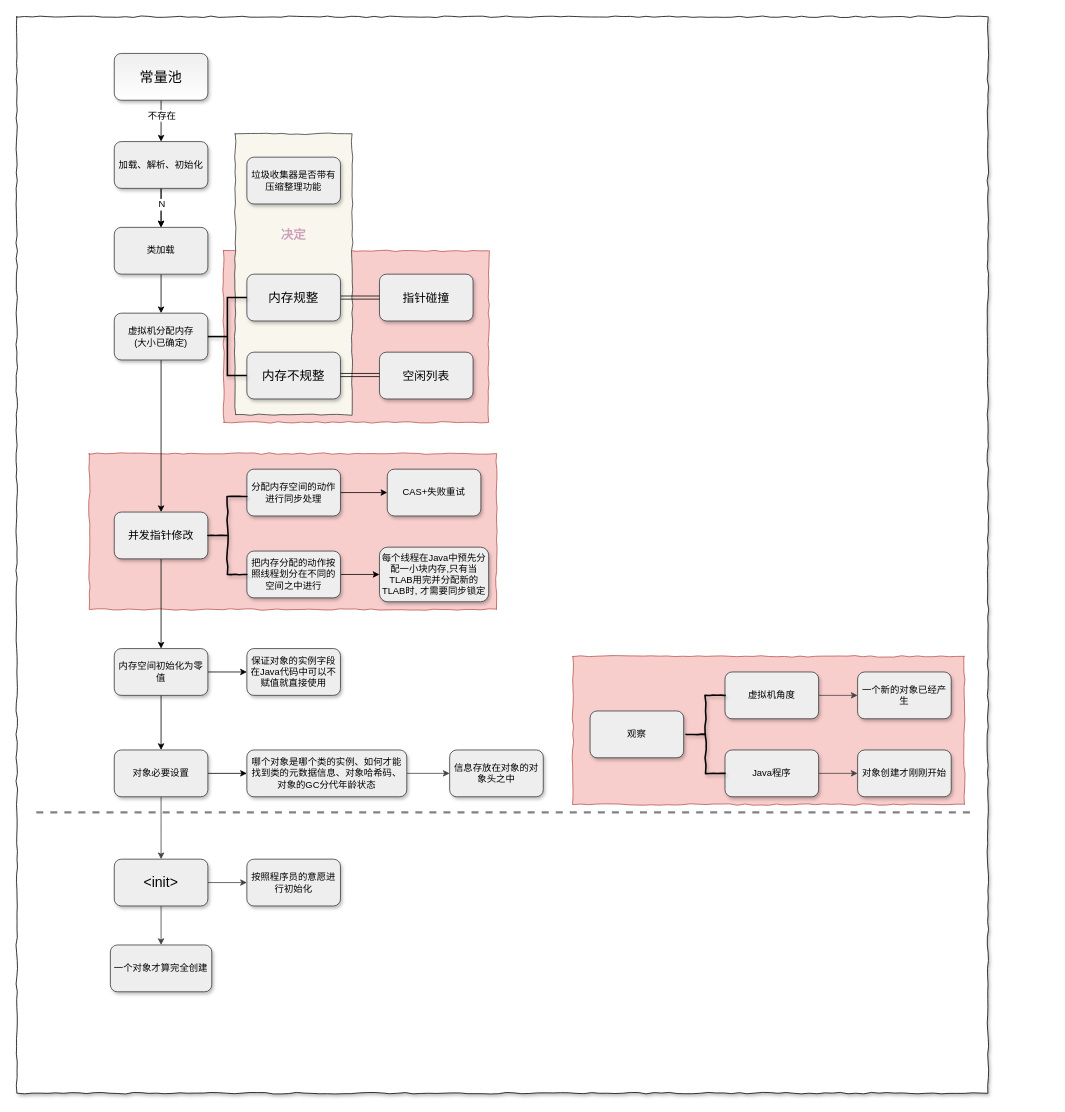
The draw.io diagram HotSpot对象创建.drawio in Clarencezero/poi, before the edit. Source tidied: cells renumbered, new cells numbered last; positions are measured from the earlier drawing's top-left corner, leaving out a move shared by most shapes. Both pictures are drawn from the tidied source at 78%, with x=0, y=0 at pixel (16, 16).
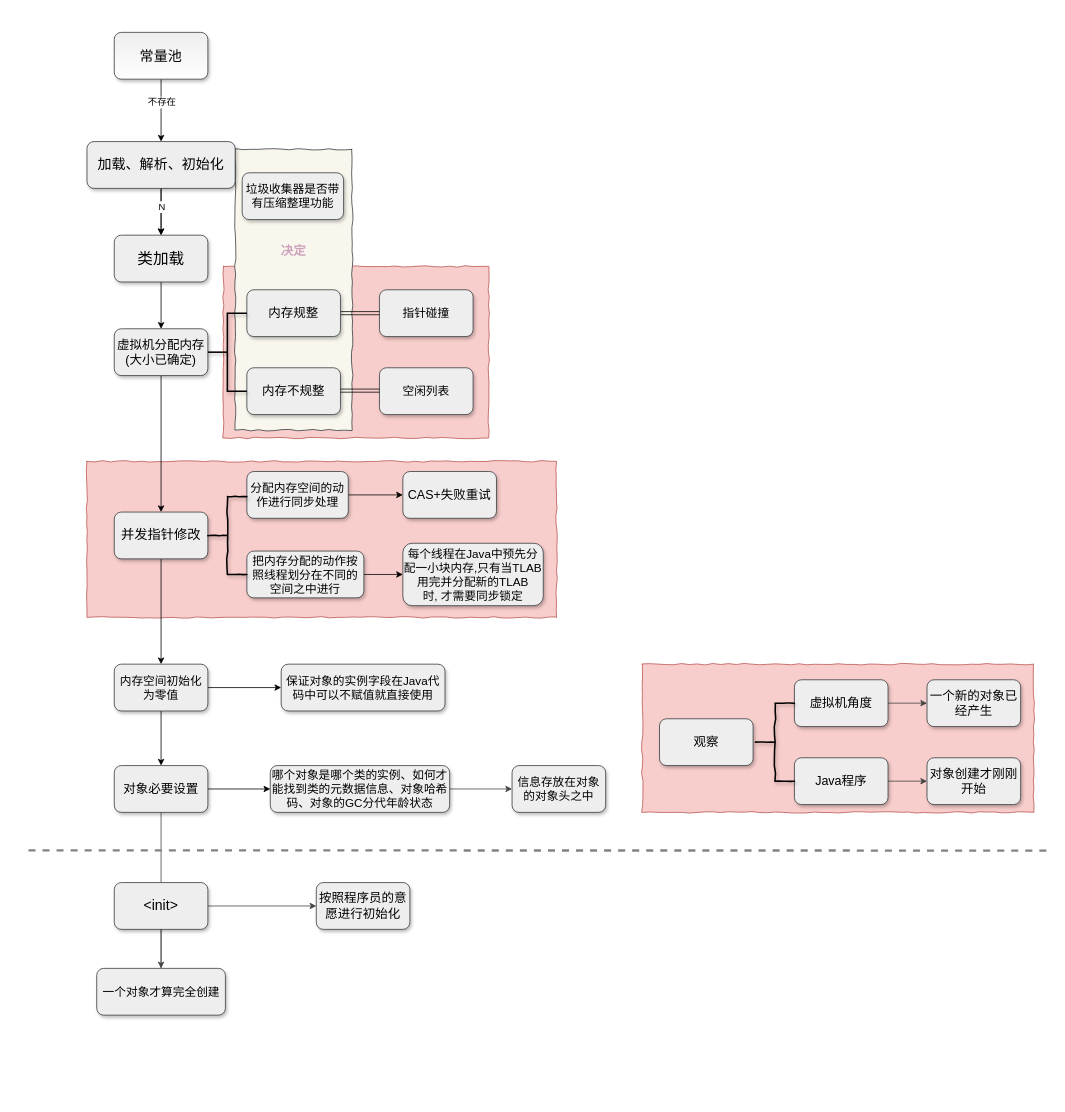
The same diagram, later.

What changed in the source:
```diff
@@
-    <mxCell id="2" style="rounded=0;whiteSpace=wrap;html=1;shadow=1;glass=0;comic=1;fontSize=16;" parent="1" vertex="1">
-      <mxGeometry width="1245" height="1380" as="geometry" />
-    </mxCell>
     <mxCell id="3" style="rounded=0;whiteSpace=wrap;html=1;shadow=0;glass=0;comic=1;fontSize=16;fillColor=#f8cecc;strokeColor=#b85450;" parent="1" vertex="1">
-      <mxGeometry x="93" y="560" width="522" height="200" as="geometry" />
+      <mxGeometry x="90" y="570" width="602" height="200" as="geometry" />
     </mxCell>
     <mxCell id="4" style="rounded=0;whiteSpace=wrap;html=1;shadow=0;glass=0;comic=1;fontSize=16;fillColor=#f8cecc;strokeColor=#b85450;" parent="1" vertex="1">
-      <mxGeometry x="713" y="820" width="502" height="190" as="geometry" />
+      <mxGeometry x="802" y="830" width="502" height="190" as="geometry" />
     </mxCell>
     <mxCell id="5" style="rounded=0;whiteSpace=wrap;html=1;shadow=0;glass=0;comic=1;fontSize=16;fillColor=#f8cecc;strokeColor=#b85450;" parent="1" vertex="1">
-      <mxGeometry x="265" y="300" width="340" height="220" as="geometry" />
+      <mxGeometry x="265" y="320" width="340" height="220" as="geometry" />
     </mxCell>
     <mxCell id="6" style="rounded=0;whiteSpace=wrap;html=1;shadow=0;glass=0;comic=1;fontSize=16;fillColor=#f9f7ed;strokeColor=#36393d;" parent="1" vertex="1">
-      <mxGeometry x="280" y="150" width="150" height="360" as="geometry" />
+      <mxGeometry x="280" y="170" width="150" height="360" as="geometry" />
     </mxCell>
@@
     <mxCell id="9" value="&lt;font face=&quot;Verdana&quot; style=&quot;font-size: 18px&quot;&gt;常量池&lt;/font&gt;" style="rounded=1;whiteSpace=wrap;html=1;shadow=1;fillColor=#eeeeee;strokeColor=#36393d;fontFamily=f;comic=0;glass=0;gradientColor=#ffffff;" parent="1" vertex="1">
-      <mxGeometry x="125" y="47" width="120" height="60" as="geometry" />
+      <mxGeometry x="125" y="20" width="120" height="60" as="geometry" />
     </mxCell>
@@
-    <mxCell id="11" value="类加载" style="rounded=1;whiteSpace=wrap;html=1;shadow=1;fillColor=#eeeeee;strokeColor=#36393d;" parent="1" vertex="1">
-      <mxGeometry x="125" y="270" width="120" height="60" as="geometry" />
+    <mxCell id="11" value="&lt;font style=&quot;font-size: 20px&quot;&gt;类加载&lt;/font&gt;" style="rounded=1;whiteSpace=wrap;html=1;shadow=1;fillColor=#eeeeee;strokeColor=#36393d;" parent="1" vertex="1">
+      <mxGeometry x="125" y="280" width="120" height="60" as="geometry" />
     </mxCell>
@@
-    <mxCell id="15" value="加载、解析、初始化" style="rounded=1;whiteSpace=wrap;html=1;shadow=1;fillColor=#eeeeee;strokeColor=#36393d;" parent="1" vertex="1">
-      <mxGeometry x="125" y="160" width="120" height="60" as="geometry" />
+    <mxCell id="15" value="&lt;h2&gt;&lt;span style=&quot;font-weight: normal&quot;&gt;加载、解析、初始化&lt;/span&gt;&lt;/h2&gt;" style="rounded=1;whiteSpace=wrap;html=1;shadow=1;fillColor=#eeeeee;strokeColor=#36393d;" parent="1" vertex="1">
+      <mxGeometry x="90" y="160" width="190" height="60" as="geometry" />
     </mxCell>
@@
-    <mxCell id="17" value="虚拟机分配内存&lt;br&gt;(大小已确定)" style="rounded=1;whiteSpace=wrap;html=1;shadow=1;fillColor=#eeeeee;strokeColor=#36393d;" parent="1" vertex="1">
-      <mxGeometry x="125" y="380" width="120" height="60" as="geometry" />
+    <mxCell id="17" value="&lt;font style=&quot;font-size: 16px&quot;&gt;虚拟机分配内存&lt;br&gt;(大小已确定)&lt;/font&gt;" style="rounded=1;whiteSpace=wrap;html=1;shadow=1;fillColor=#eeeeee;strokeColor=#36393d;" parent="1" vertex="1">
+      <mxGeometry x="125" y="400" width="120" height="60" as="geometry" />
     </mxCell>
     <mxCell id="18" value="&lt;font style=&quot;font-size: 15px&quot;&gt;指针碰撞&lt;/font&gt;" style="rounded=1;whiteSpace=wrap;html=1;shadow=1;fillColor=#eeeeee;strokeColor=#36393d;" parent="1" vertex="1">
-      <mxGeometry x="465" y="330" width="120" height="60" as="geometry" />
+      <mxGeometry x="465" y="350" width="120" height="60" as="geometry" />
     </mxCell>
@@
     <mxCell id="20" value="内存规整" style="rounded=1;whiteSpace=wrap;html=1;shadow=1;fillColor=#eeeeee;strokeColor=#36393d;fontSize=16;" parent="1" vertex="1">
-      <mxGeometry x="295" y="330" width="120" height="60" as="geometry" />
+      <mxGeometry x="295" y="350" width="120" height="60" as="geometry" />
     </mxCell>
     <mxCell id="21" value="&lt;font style=&quot;font-size: 15px&quot;&gt;空闲列表&lt;/font&gt;" style="rounded=1;whiteSpace=wrap;html=1;shadow=1;fillColor=#eeeeee;strokeColor=#36393d;" parent="1" vertex="1">
-      <mxGeometry x="465" y="430" width="120" height="60" as="geometry" />
+      <mxGeometry x="465" y="450" width="120" height="60" as="geometry" />
     </mxCell>
     <mxCell id="22" value="内存不规整" style="rounded=1;whiteSpace=wrap;html=1;shadow=1;fillColor=#eeeeee;strokeColor=#36393d;fontSize=16;" parent="1" vertex="1">
-      <mxGeometry x="295" y="430" width="120" height="60" as="geometry" />
+      <mxGeometry x="295" y="450" width="120" height="60" as="geometry" />
     </mxCell>
-    <mxCell id="23" value="垃圾收集器是否带有压缩整理功能" style="rounded=1;whiteSpace=wrap;html=1;shadow=1;fillColor=#eeeeee;strokeColor=#36393d;" parent="1" vertex="1">
-      <mxGeometry x="295" y="180" width="120" height="60" as="geometry" />
+    <mxCell id="23" value="&lt;font style=&quot;font-size: 15px&quot;&gt;垃圾收集器是否带有压缩整理功能&lt;/font&gt;" style="rounded=1;whiteSpace=wrap;html=1;shadow=1;fillColor=#eeeeee;strokeColor=#36393d;" parent="1" vertex="1">
+      <mxGeometry x="289" y="200" width="130" height="60" as="geometry" />
     </mxCell>
@@
-    <mxCell id="25" value="&lt;font style=&quot;font-size: 14px&quot;&gt;并发指针修改&lt;/font&gt;" style="rounded=1;whiteSpace=wrap;html=1;shadow=1;fillColor=#eeeeee;strokeColor=#36393d;" parent="1" vertex="1">
+    <mxCell id="25" value="&lt;font style=&quot;font-size: 17px&quot;&gt;并发指针修改&lt;/font&gt;" style="rounded=1;whiteSpace=wrap;html=1;shadow=1;fillColor=#eeeeee;strokeColor=#36393d;" parent="1" vertex="1">
       <mxGeometry x="125" y="635" width="120" height="60" as="geometry" />
     </mxCell>
@@
-    <mxCell id="27" value="分配内存空间的动作进行同步处理" style="rounded=1;whiteSpace=wrap;html=1;shadow=1;fillColor=#eeeeee;strokeColor=#36393d;" parent="1" vertex="1">
-      <mxGeometry x="295" y="580" width="120" height="60" as="geometry" />
+    <mxCell id="27" value="&lt;font style=&quot;font-size: 15px&quot;&gt;分配内存空间的动作进行同步处理&lt;/font&gt;" style="rounded=1;whiteSpace=wrap;html=1;shadow=1;fillColor=#eeeeee;strokeColor=#36393d;" parent="1" vertex="1">
+      <mxGeometry x="295" y="583" width="130" height="60" as="geometry" />
     </mxCell>
-    <mxCell id="28" value="CAS+失败重试" style="rounded=1;whiteSpace=wrap;html=1;shadow=1;fillColor=#eeeeee;strokeColor=#36393d;" parent="1" vertex="1">
-      <mxGeometry x="475" y="580" width="120" height="60" as="geometry" />
+    <mxCell id="28" value="&lt;font style=&quot;font-size: 16px&quot;&gt;CAS+失败重试&lt;/font&gt;" style="rounded=1;whiteSpace=wrap;html=1;shadow=1;fillColor=#eeeeee;strokeColor=#36393d;" parent="1" vertex="1">
+      <mxGeometry x="495" y="583" width="120" height="60" as="geometry" />
     </mxCell>
@@
-    <mxCell id="30" value="把内存分配的动作按照线程划分在不同的空间之中进行" style="rounded=1;whiteSpace=wrap;html=1;shadow=1;fillColor=#eeeeee;strokeColor=#36393d;" parent="1" vertex="1">
-      <mxGeometry x="295" y="685" width="120" height="60" as="geometry" />
+    <mxCell id="30" value="&lt;font style=&quot;font-size: 15px&quot;&gt;把内存分配的动作按照线程划分在不同的空间之中进行&lt;/font&gt;" style="rounded=1;whiteSpace=wrap;html=1;shadow=1;fillColor=#eeeeee;strokeColor=#36393d;" parent="1" vertex="1">
+      <mxGeometry x="295" y="685" width="150" height="60" as="geometry" />
     </mxCell>
-    <mxCell id="31" value="每个线程在Java中预先分配一小块内存,只有当TLAB用完并分配新的TLAB时,&amp;nbsp;才需要同步锁定" style="rounded=1;whiteSpace=wrap;html=1;shadow=1;fillColor=#eeeeee;strokeColor=#36393d;" parent="1" vertex="1">
-      <mxGeometry x="465" y="680" width="140" height="70" as="geometry" />
+    <mxCell id="31" value="&lt;font style=&quot;font-size: 15px&quot;&gt;每个线程在Java中预先分配一小块内存,只有当TLAB用完并分配新的TLAB时,&amp;nbsp;才需要同步锁定&lt;/font&gt;" style="rounded=1;whiteSpace=wrap;html=1;shadow=1;fillColor=#eeeeee;strokeColor=#36393d;" parent="1" vertex="1">
+      <mxGeometry x="495" y="675" width="180" height="80" as="geometry" />
     </mxCell>
@@
-    <mxCell id="34" value="内存空间初始化为零值" style="rounded=1;whiteSpace=wrap;html=1;shadow=1;fillColor=#eeeeee;strokeColor=#36393d;" parent="1" vertex="1">
-      <mxGeometry x="125" y="810" width="120" height="60" as="geometry" />
+    <mxCell id="34" value="&lt;font style=&quot;font-size: 15px&quot;&gt;内存空间初始化为零值&lt;/font&gt;" style="rounded=1;whiteSpace=wrap;html=1;shadow=1;fillColor=#eeeeee;strokeColor=#36393d;" parent="1" vertex="1">
+      <mxGeometry x="125" y="830" width="120" height="60" as="geometry" />
     </mxCell>
-    <mxCell id="35" value="保证对象的实例字段在Java代码中可以不赋值就直接使用" style="rounded=1;whiteSpace=wrap;html=1;shadow=1;fillColor=#eeeeee;strokeColor=#36393d;" parent="1" vertex="1">
-      <mxGeometry x="295" y="810" width="120" height="60" as="geometry" />
+    <mxCell id="35" value="&lt;font style=&quot;font-size: 15px&quot;&gt;保证对象的实例字段在Java代码中可以不赋值就直接使用&lt;/font&gt;" style="rounded=1;whiteSpace=wrap;html=1;shadow=1;fillColor=#eeeeee;strokeColor=#36393d;" parent="1" vertex="1">
+      <mxGeometry x="339" y="830" width="210" height="60" as="geometry" />
     </mxCell>
@@
     <mxCell id="37" style="edgeStyle=orthogonalEdgeStyle;rounded=1;comic=0;jumpSize=14;jettySize=auto;html=1;shadow=0;strokeColor=#424242;strokeWidth=1;fontSize=16;" parent="1" edge="1" source="38">
       <mxGeometry relative="1" as="geometry">
-        <mxPoint x="185" y="1080" as="targetPoint" />
+        <mxPoint x="185" y="1240" as="targetPoint" />
       </mxGeometry>
     </mxCell>
-    <mxCell id="38" value="对象必要设置" style="rounded=1;whiteSpace=wrap;html=1;shadow=1;fillColor=#eeeeee;strokeColor=#36393d;" parent="1" vertex="1">
-      <mxGeometry x="125" y="940" width="120" height="60" as="geometry" />
+    <mxCell id="38" value="&lt;font style=&quot;font-size: 16px&quot;&gt;对象必要设置&lt;/font&gt;" style="rounded=1;whiteSpace=wrap;html=1;shadow=1;fillColor=#eeeeee;strokeColor=#36393d;" parent="1" vertex="1">
+      <mxGeometry x="125" y="960" width="120" height="60" as="geometry" />
     </mxCell>
@@
-    <mxCell id="40" value="哪个对象是哪个类的实例、如何才能找到类的元数据信息、对象哈希码、对象的GC分代年龄状态" style="rounded=1;whiteSpace=wrap;html=1;shadow=1;fillColor=#eeeeee;strokeColor=#36393d;" parent="1" vertex="1">
-      <mxGeometry x="295" y="940" width="205" height="60" as="geometry" />
+    <mxCell id="40" value="&lt;font style=&quot;font-size: 15px&quot;&gt;哪个对象是哪个类的实例、如何才能找到类的元数据信息、对象哈希码、对象的GC分代年龄状态&lt;/font&gt;" style="rounded=1;whiteSpace=wrap;html=1;shadow=1;fillColor=#eeeeee;strokeColor=#36393d;" parent="1" vertex="1">
+      <mxGeometry x="325" y="960" width="230" height="60" as="geometry" />
     </mxCell>
-    <mxCell id="41" value="信息存放在对象的对象头之中" style="rounded=1;whiteSpace=wrap;html=1;shadow=1;fillColor=#eeeeee;strokeColor=#36393d;" parent="1" vertex="1">
-      <mxGeometry x="555" y="940" width="120" height="60" as="geometry" />
+    <mxCell id="41" value="&lt;font style=&quot;font-size: 15px&quot;&gt;信息存放在对象的对象头之中&lt;/font&gt;" style="rounded=1;whiteSpace=wrap;html=1;shadow=1;fillColor=#eeeeee;strokeColor=#36393d;" parent="1" vertex="1">
+      <mxGeometry x="635" y="960" width="120" height="60" as="geometry" />
     </mxCell>
-    <mxCell id="42" value="观察" style="rounded=1;whiteSpace=wrap;html=1;shadow=1;fillColor=#eeeeee;strokeColor=#36393d;" parent="1" vertex="1">
-      <mxGeometry x="735" y="890" width="120" height="60" as="geometry" />
+    <mxCell id="42" value="&lt;font style=&quot;font-size: 16px&quot;&gt;观察&lt;/font&gt;" style="rounded=1;whiteSpace=wrap;html=1;shadow=1;fillColor=#eeeeee;strokeColor=#36393d;" parent="1" vertex="1">
+      <mxGeometry x="824" y="900" width="120" height="60" as="geometry" />
     </mxCell>
@@
-    <mxCell id="44" value="虚拟机角度" style="rounded=1;whiteSpace=wrap;html=1;shadow=1;fillColor=#eeeeee;strokeColor=#36393d;" parent="1" vertex="1">
-      <mxGeometry x="908" y="840" width="120" height="60" as="geometry" />
+    <mxCell id="44" value="&lt;font style=&quot;font-size: 16px&quot;&gt;虚拟机角度&lt;/font&gt;" style="rounded=1;whiteSpace=wrap;html=1;shadow=1;fillColor=#eeeeee;strokeColor=#36393d;" parent="1" vertex="1">
+      <mxGeometry x="997" y="850" width="120" height="60" as="geometry" />
     </mxCell>
@@
-    <mxCell id="46" value="Java程序" style="rounded=1;whiteSpace=wrap;html=1;shadow=1;fillColor=#eeeeee;strokeColor=#36393d;" parent="1" vertex="1">
-      <mxGeometry x="908" y="940" width="120" height="60" as="geometry" />
+    <mxCell id="46" value="&lt;font style=&quot;font-size: 16px&quot;&gt;Java程序&lt;/font&gt;" style="rounded=1;whiteSpace=wrap;html=1;shadow=1;fillColor=#eeeeee;strokeColor=#36393d;" parent="1" vertex="1">
+      <mxGeometry x="997" y="950" width="120" height="60" as="geometry" />
     </mxCell>
-    <mxCell id="47" value="一个新的对象已经产生" style="rounded=1;whiteSpace=wrap;html=1;shadow=1;fillColor=#eeeeee;strokeColor=#36393d;" parent="1" vertex="1">
-      <mxGeometry x="1078" y="840" width="120" height="60" as="geometry" />
+    <mxCell id="47" value="&lt;font style=&quot;font-size: 16px&quot;&gt;一个新的对象已经产生&lt;/font&gt;" style="rounded=1;whiteSpace=wrap;html=1;shadow=1;fillColor=#eeeeee;strokeColor=#36393d;" parent="1" vertex="1">
+      <mxGeometry x="1167" y="850" width="120" height="60" as="geometry" />
     </mxCell>
-    <mxCell id="48" value="对象创建才刚刚开始" style="rounded=1;whiteSpace=wrap;html=1;shadow=1;fillColor=#eeeeee;strokeColor=#36393d;" parent="1" vertex="1">
-      <mxGeometry x="1078" y="940" width="120" height="60" as="geometry" />
+    <mxCell id="48" value="&lt;font style=&quot;font-size: 16px&quot;&gt;对象创建才刚刚开始&lt;/font&gt;" style="rounded=1;whiteSpace=wrap;html=1;shadow=1;fillColor=#eeeeee;strokeColor=#36393d;" parent="1" vertex="1">
+      <mxGeometry x="1167" y="950" width="120" height="60" as="geometry" />
     </mxCell>
@@
     <mxCell id="51" value="&lt;font style=&quot;font-size: 18px&quot;&gt;&amp;lt;init&amp;gt;&lt;/font&gt;" style="rounded=1;whiteSpace=wrap;html=1;shadow=1;fillColor=#eeeeee;strokeColor=#36393d;" parent="1" vertex="1">
-      <mxGeometry x="125" y="1080" width="120" height="60" as="geometry" />
+      <mxGeometry x="125" y="1110" width="120" height="60" as="geometry" />
     </mxCell>
-    <mxCell id="52" value="按照程序员的意愿进行初始化" style="rounded=1;whiteSpace=wrap;html=1;shadow=1;fillColor=#eeeeee;strokeColor=#36393d;" parent="1" vertex="1">
-      <mxGeometry x="295" y="1080" width="120" height="60" as="geometry" />
+    <mxCell id="52" value="&lt;font style=&quot;font-size: 16px&quot;&gt;按照程序员的意愿进行初始化&lt;/font&gt;" style="rounded=1;whiteSpace=wrap;html=1;shadow=1;fillColor=#eeeeee;strokeColor=#36393d;" parent="1" vertex="1">
+      <mxGeometry x="384" y="1110" width="120" height="60" as="geometry" />
     </mxCell>
-    <mxCell id="53" value="一个对象才算完全创建" style="rounded=1;whiteSpace=wrap;html=1;shadow=1;fillColor=#eeeeee;strokeColor=#36393d;" parent="1" vertex="1">
-      <mxGeometry x="120" y="1190" width="130" height="60" as="geometry" />
+    <mxCell id="53" value="&lt;font style=&quot;font-size: 15px&quot;&gt;一个对象才算完全创建&lt;/font&gt;" style="rounded=1;whiteSpace=wrap;html=1;shadow=1;fillColor=#eeeeee;strokeColor=#36393d;" parent="1" vertex="1">
+      <mxGeometry x="102.5" y="1220" width="165" height="60" as="geometry" />
     </mxCell>
     <mxCell id="54" style="strokeWidth=2;html=1;shape=mxgraph.flowchart.annotation_2;align=left;labelPosition=right;rounded=1;shadow=1;glass=0;comic=0;fillColor=#CCE5FF;gradientColor=#ffffff;" parent="1" vertex="1">
-      <mxGeometry x="245" y="360" width="50" height="100" as="geometry" />
+      <mxGeometry x="245" y="380" width="50" height="100" as="geometry" />
     </mxCell>
     <mxCell id="55" style="edgeStyle=orthogonalEdgeStyle;rounded=1;comic=0;orthogonalLoop=1;jettySize=auto;html=1;shadow=0;fontSize=16;shape=link;" parent="1" edge="1">
       <mxGeometry relative="1" as="geometry">
-        <mxPoint x="415" y="459.3" as="sourcePoint" />
-        <mxPoint x="465" y="459.3" as="targetPoint" />
+        <mxPoint x="415" y="479.3" as="sourcePoint" />
+        <mxPoint x="465" y="479.3" as="targetPoint" />
       </mxGeometry>
     </mxCell>
     <mxCell id="56" value="&lt;b&gt;&lt;font color=&quot;#cda2be&quot;&gt;决定&lt;/font&gt;&lt;/b&gt;" style="text;html=1;strokeColor=none;fillColor=none;align=center;verticalAlign=middle;whiteSpace=wrap;rounded=0;shadow=0;glass=0;comic=1;fontSize=16;" parent="1" vertex="1">
-      <mxGeometry x="335" y="270" width="40" height="20" as="geometry" />
+      <mxGeometry x="335" y="290" width="40" height="20" as="geometry" />
     </mxCell>
@@
     <mxCell id="58" style="endArrow=none;dashed=1;html=1;shadow=0;fontSize=16;jumpSize=14;strokeWidth=3;strokeColor=#828282;" parent="1" edge="1">
       <mxGeometry relative="1" as="geometry">
-        <mxPoint x="25" y="1020" as="sourcePoint" />
-        <mxPoint x="1225" y="1020" as="targetPoint" />
+        <mxPoint x="15" y="1068.7" as="sourcePoint" />
+        <mxPoint x="1325" y="1069" as="targetPoint" />
       </mxGeometry>
     </mxCell>
     <mxCell id="59" style="strokeWidth=2;html=1;shape=mxgraph.flowchart.annotation_2;align=left;labelPosition=right;rounded=1;shadow=1;glass=0;comic=1;fillColor=#CCE5FF;gradientColor=#ffffff;fontSize=16;" parent="1" vertex="1">
-      <mxGeometry x="858" y="870" width="50" height="100" as="geometry" />
+      <mxGeometry x="947" y="880" width="50" height="100" as="geometry" />
     </mxCell>
```
